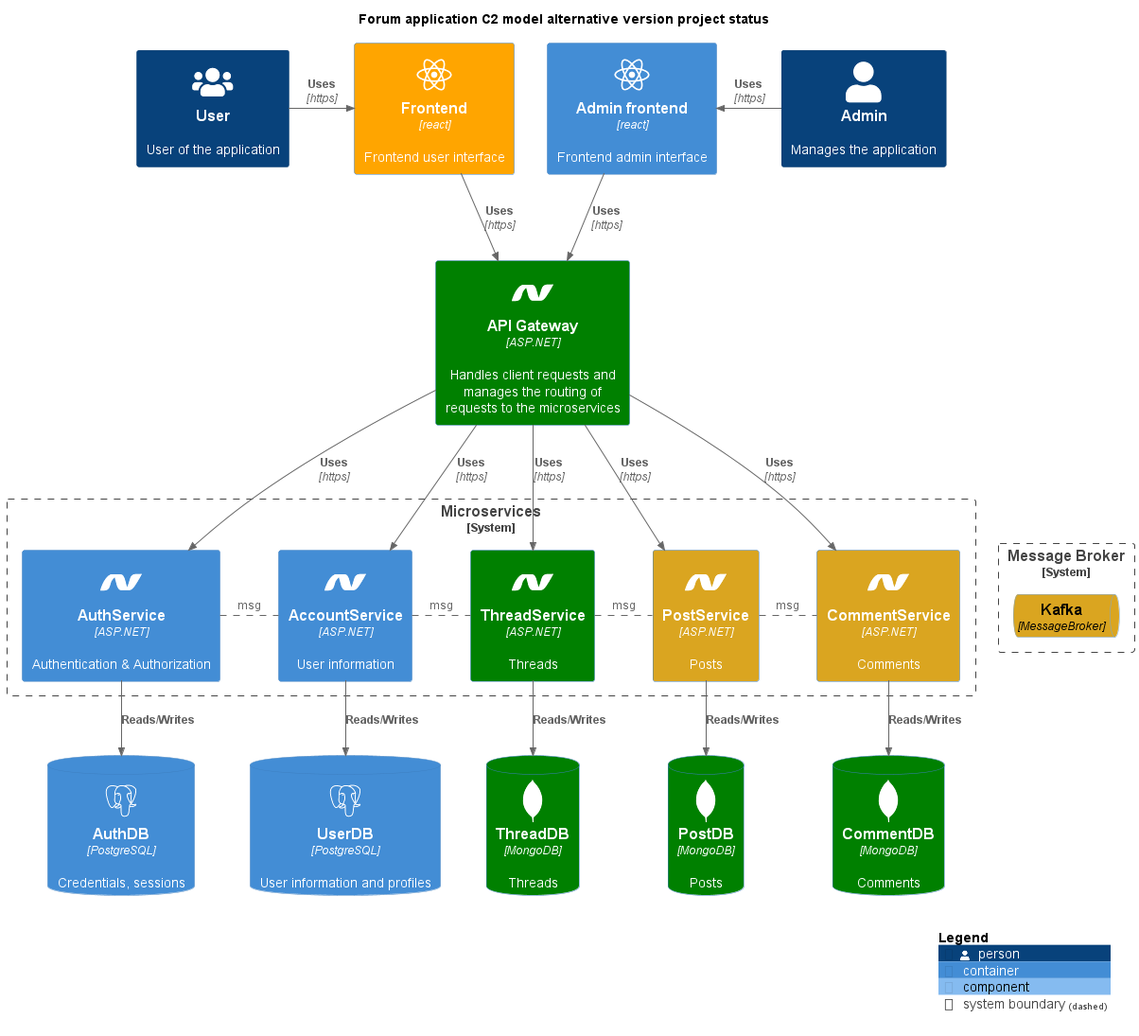
This is Architecture/C4_Models/Architecture_C2_project_status.png from KevinvdHoogenhof/ForumApp-Main, a PlantUML export, as it was before one commit. Source of this version:
```plantuml
@startuml Architecture_C2_project_status
title Forum application C2 model alternative version project status


!include <C4/C4_Component>
!define DEVICONS https://raw.githubusercontent.com/tupadr3/plantuml-icon-font-sprites/master/devicons
!define FONTAWESOME https://raw.githubusercontent.com/tupadr3/plantuml-icon-font-sprites/master/font-awesome-5
!include DEVICONS/react.puml
!include DEVICONS/dotnet.puml
!include DEVICONS/postgresql.puml
!include DEVICONS/mongodb.puml
!include FONTAWESOME/users.puml

Person(user, "User", "User of the application", $sprite="users")
Person(admin, "Admin", "Manages the application")

Container(frontend, "Frontend", "react", "Frontend user interface", $sprite="react")#Orange
Container(frontendadmin, "Admin frontend", "react", "Frontend admin interface", $sprite="react")

Container(api, "API Gateway", "ASP.NET", "Handles client requests and manages the routing of requests to the microservices", $sprite="dotnet")#Green

System_Boundary(ms, "Microservices", "Back-end services"){
Container(authservice, "AuthService", "ASP.NET", "Authentication & Authorization", $sprite="dotnet")
Container(accservice, "AccountService", "ASP.NET", "User information", $sprite="dotnet")
Container(threadservice, "ThreadService", "ASP.NET", "Threads", $sprite="dotnet")#Green
Container(postservice, "PostService", "ASP.NET", "Posts", $sprite="dotnet")#GoldenRod
Container(commentservice, "CommentService", "ASP.NET", "Comments", $sprite="dotnet")#GoldenRod
}

ContainerDb(authdb, "AuthDB", "PostgreSQL", "Credentials, sessions", $sprite="postgresql")
ContainerDb(userdb, "UserDB", "PostgreSQL", "User information and profiles", $sprite="postgresql")
ContainerDb(threaddb, "ThreadDB", "MongoDB", "Threads", $sprite="mongodb")#Green
ContainerDb(postdb, "PostDB", "MongoDB", "Posts", $sprite="mongodb")#Green
ContainerDb(commentdb, "CommentDB", "MongoDB", "Comments", $sprite="mongodb")#Green

System_Boundary(mb, "Message Broker", " "){
ComponentQueue(mq, "Kafka", "MessageBroker")#GoldenRod
}

Rel_R(user, frontend, "Uses", "https")
Rel_R(admin, frontendadmin, "Uses", "https")

Rel(frontend, api, "Uses", "https")
Rel(frontendadmin, api, "Uses", "https")

user -[hidden]> frontend
frontend -[hidden]> frontendadmin
frontendadmin -[hidden]> admin

Rel(api, authservice, "Uses", "https")
Rel(api, accservice, "Uses", "https")
Rel(api, threadservice, "Uses", "https")
Rel(api, postservice, "Uses", "https")
Rel(api, commentservice, "Uses", "https")

authservice . accservice : msg
accservice . threadservice : msg
threadservice . postservice : msg
postservice . commentservice : msg

commentservice -[hidden]> mq

Rel(authservice, authdb, "Reads/Writes")
Rel(accservice, userdb, "Reads/Writes")
Rel(threadservice, threaddb, "Reads/Writes")
Rel(postservice, postdb, "Reads/Writes")
Rel(commentservice, commentdb, "Reads/Writes")

SHOW_LEGEND()
@enduml
```
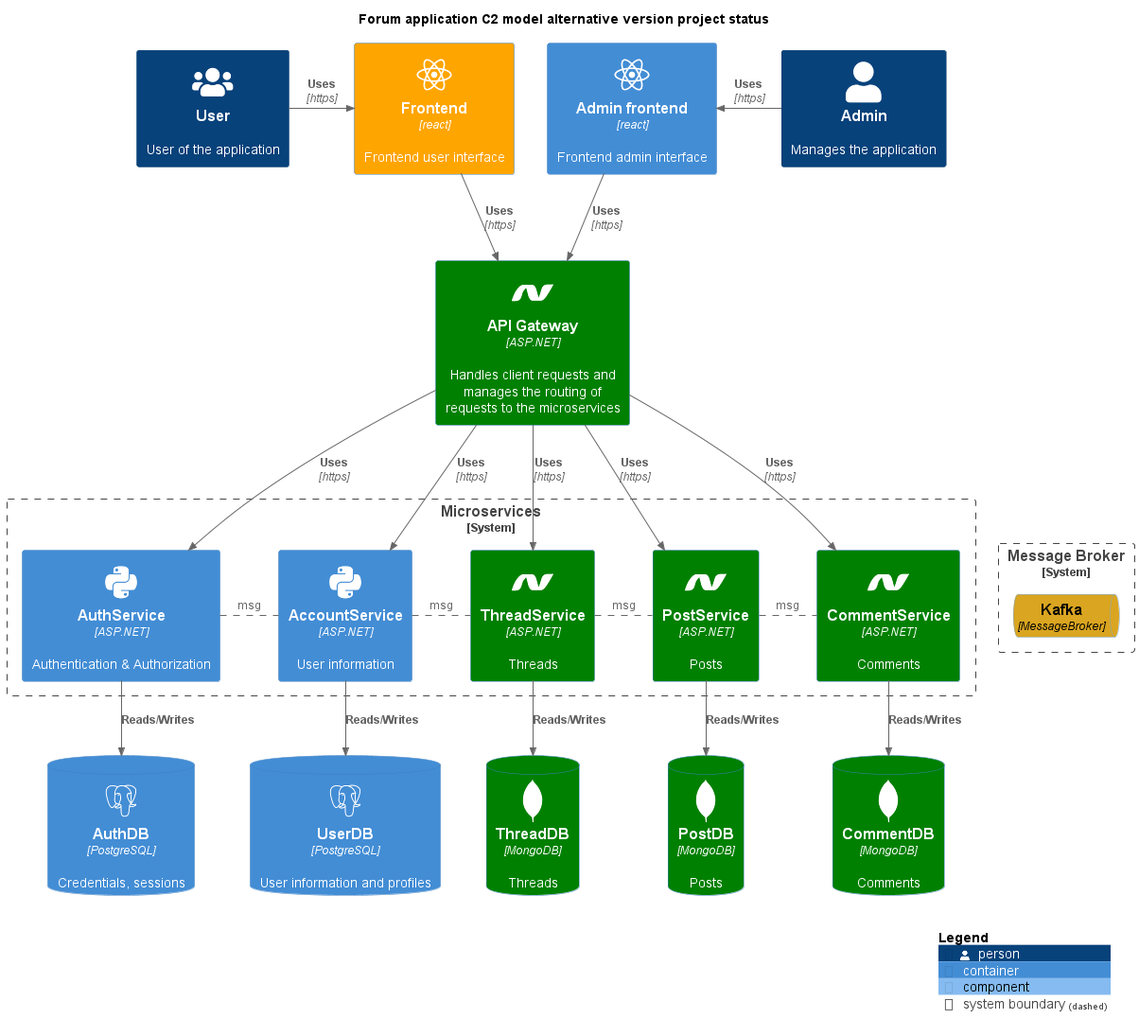
After the change.

Diff of the diagram source:
```diff
@@ -7,6 +7,7 @@
 !define FONTAWESOME https://raw.githubusercontent.com/tupadr3/plantuml-icon-font-sprites/master/font-awesome-5
 !include DEVICONS/react.puml
 !include DEVICONS/dotnet.puml
+!include DEVICONS/python.puml
 !include DEVICONS/postgresql.puml
 !include DEVICONS/mongodb.puml
 !include FONTAWESOME/users.puml
@@ -20,11 +21,11 @@
 Container(api, "API Gateway", "ASP.NET", "Handles client requests and manages the routing of requests to the microservices", $sprite="dotnet")#Green
 
 System_Boundary(ms, "Microservices", "Back-end services"){
-Container(authservice, "AuthService", "ASP.NET", "Authentication & Authorization", $sprite="dotnet")
-Container(accservice, "AccountService", "ASP.NET", "User information", $sprite="dotnet")
+Container(authservice, "AuthService", "ASP.NET", "Authentication & Authorization", $sprite="python")
+Container(accservice, "AccountService", "ASP.NET", "User information", $sprite="python")
 Container(threadservice, "ThreadService", "ASP.NET", "Threads", $sprite="dotnet")#Green
-Container(postservice, "PostService", "ASP.NET", "Posts", $sprite="dotnet")#GoldenRod
-Container(commentservice, "CommentService", "ASP.NET", "Comments", $sprite="dotnet")#GoldenRod
+Container(postservice, "PostService", "ASP.NET", "Posts", $sprite="dotnet")#Green
+Container(commentservice, "CommentService", "ASP.NET", "Comments", $sprite="dotnet")#Green
 }
 
 ContainerDb(authdb, "AuthDB", "PostgreSQL", "Credentials, sessions", $sprite="postgresql")
```
